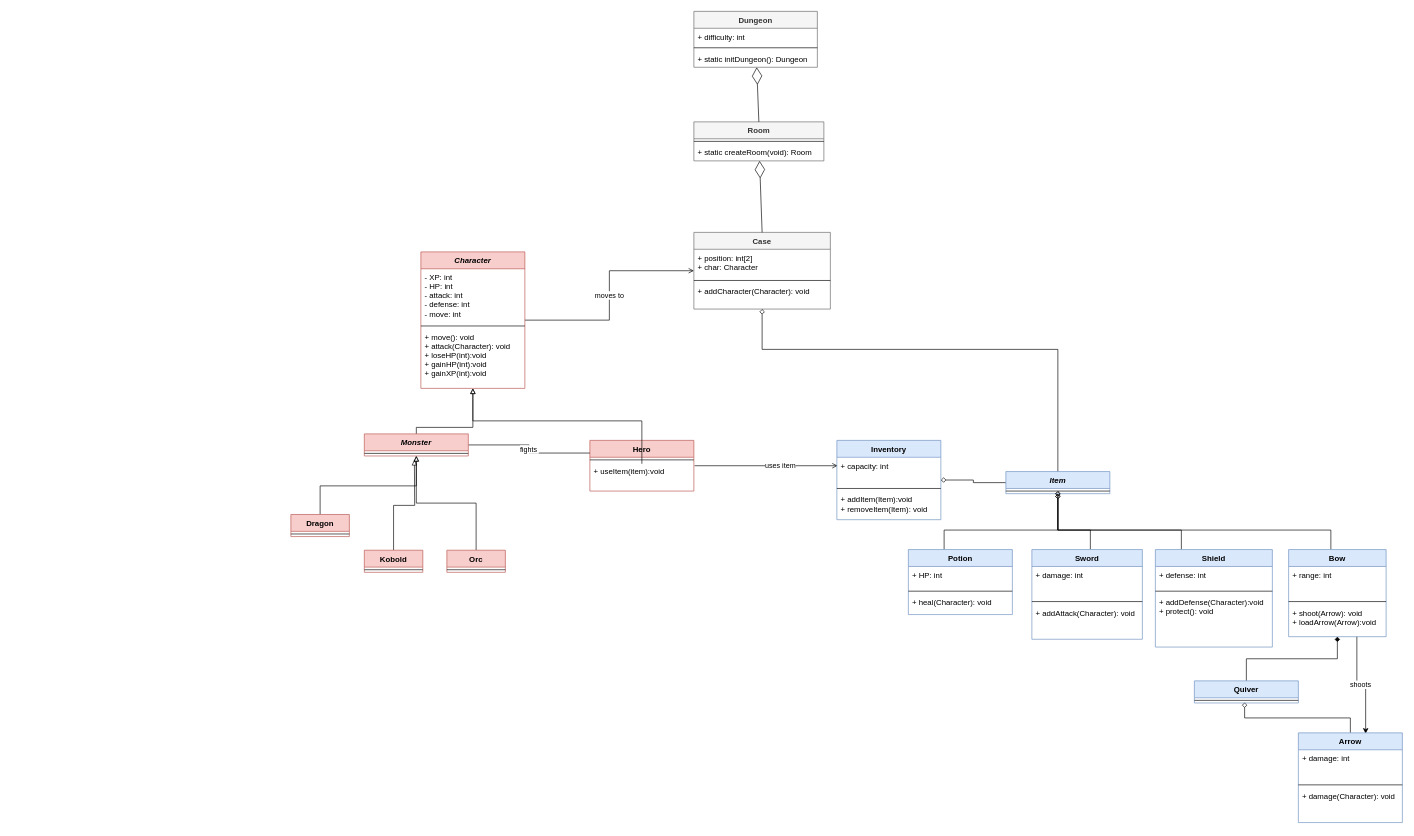
Above: Game class diagram.drawio in mehdimunim/Cachots-et-Cochons (draw.io), before the change. Source tidied: cells renumbered, new cells numbered last; positions are measured from the earlier drawing's top-left corner, leaving out a move shared by most shapes. Both pictures are drawn from the tidied source at 65%, with x=0, y=0 at pixel (291, 11).
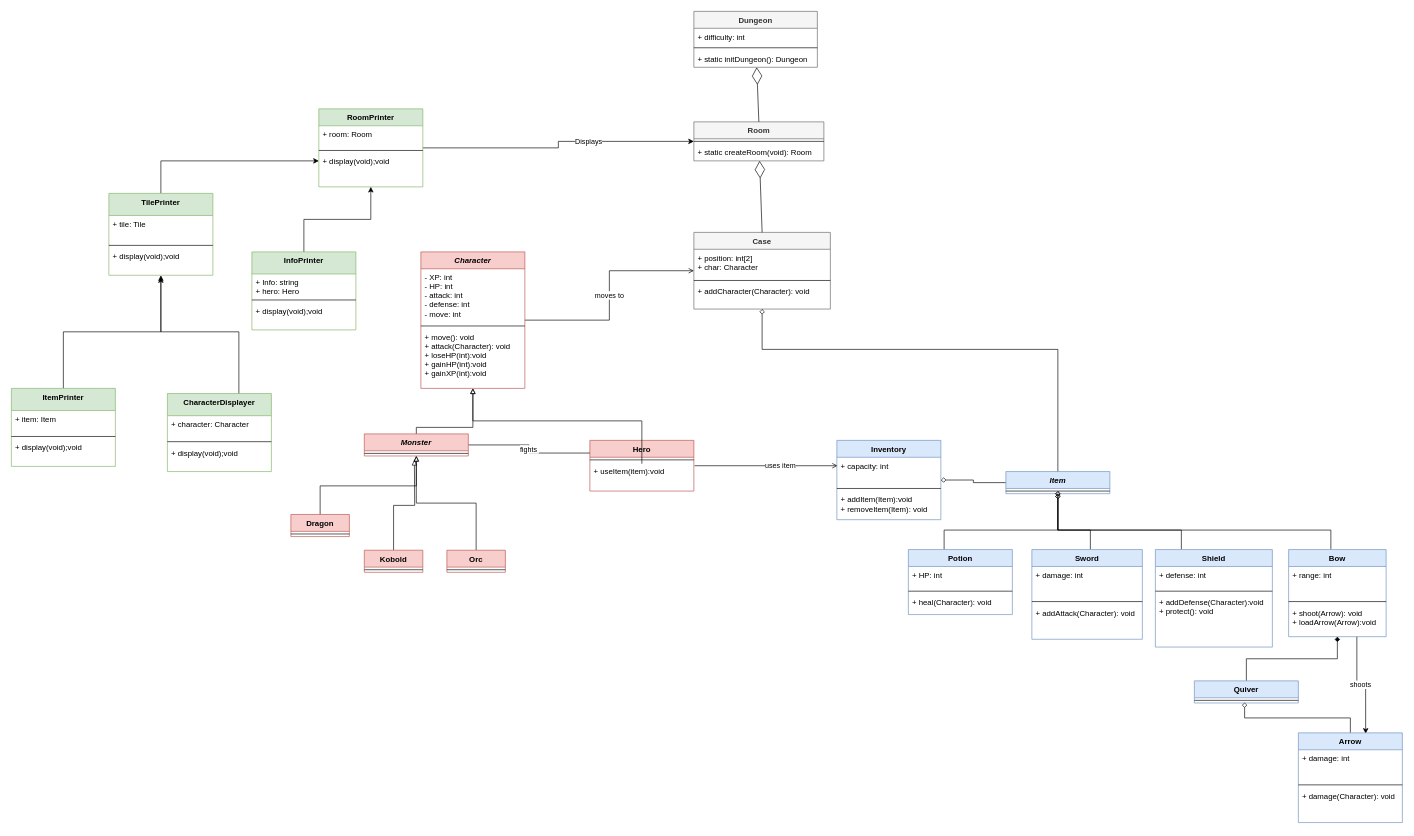
The same page after the edit.

Unchanged cells that the change refers to:
```xml
<mxCell id="6" value="Room" style="swimlane;fontStyle=1;align=center;verticalAlign=top;horizontal=1;startSize=26;fillColor=#f5f5f5;fontColor=#333333;strokeColor=#666666;" parent="1" vertex="1">
  <mxGeometry x="620" y="170" width="200" height="60" as="geometry" />
</mxCell>
```

What changed in the source:
```diff
@@
+    <mxCell id="76" style="edgeStyle=orthogonalEdgeStyle;rounded=0;jettySize=auto;html=1;" parent="1" edge="1" source="78" target="6">
+      <mxGeometry relative="1" as="geometry" />
+    </mxCell>
+    <mxCell id="77" value="Displays" style="edgeLabel;html=1;align=center;verticalAlign=middle;" parent="76" vertex="1">
+      <mxGeometry x="0.24" relative="1" as="geometry">
+        <mxPoint x="-1" as="offset" />
+      </mxGeometry>
+    </mxCell>
+    <mxCell id="78" value="RoomPrinter" style="swimlane;fontStyle=1;align=center;verticalAlign=top;horizontal=1;startSize=26;fillColor=#d5e8d4;strokeColor=#82b366;" parent="1" vertex="1">
+      <mxGeometry x="43" y="150" width="160" height="120" as="geometry" />
+    </mxCell>
+    <mxCell id="79" value="+ room: Room" style="text;strokeColor=none;fillColor=none;align=left;verticalAlign=top;spacingLeft=4;spacingRight=4;overflow=hidden;" parent="78" vertex="1">
+      <mxGeometry y="26" width="160" height="34" as="geometry" />
+    </mxCell>
+    <mxCell id="80" style="line;strokeWidth=1;fillColor=none;align=left;verticalAlign=middle;spacingTop=-1;spacingLeft=3;spacingRight=3;labelPosition=right;" parent="78" vertex="1">
+      <mxGeometry y="60" width="160" height="8" as="geometry" />
+    </mxCell>
+    <mxCell id="81" value="+ display(void);void" style="text;strokeColor=none;fillColor=none;align=left;verticalAlign=top;spacingLeft=4;spacingRight=4;overflow=hidden;" parent="78" vertex="1">
+      <mxGeometry y="68" width="160" height="52" as="geometry" />
+    </mxCell>
+    <mxCell id="82" style="edgeStyle=orthogonalEdgeStyle;rounded=0;jettySize=auto;html=1;" parent="1" edge="1" source="83" target="88">
+      <mxGeometry relative="1" as="geometry" />
+    </mxCell>
+    <mxCell id="83" value="ItemPrinter" style="swimlane;fontStyle=1;align=center;verticalAlign=top;horizontal=1;startSize=34;fillColor=#d5e8d4;strokeColor=#82b366;" parent="1" vertex="1">
+      <mxGeometry x="-430" y="580" width="160" height="120" as="geometry" />
+    </mxCell>
+    <mxCell id="84" value="+ item: Item" style="text;strokeColor=none;fillColor=none;align=left;verticalAlign=top;spacingLeft=4;spacingRight=4;overflow=hidden;" parent="83" vertex="1">
+      <mxGeometry y="34" width="160" height="36" as="geometry" />
+    </mxCell>
+    <mxCell id="85" style="line;strokeWidth=1;fillColor=none;align=left;verticalAlign=middle;spacingTop=-1;spacingLeft=3;spacingRight=3;labelPosition=right;" parent="83" vertex="1">
+      <mxGeometry y="70" width="160" height="8" as="geometry" />
+    </mxCell>
+    <mxCell id="86" value="+ display(void);void" style="text;strokeColor=none;fillColor=none;align=left;verticalAlign=top;spacingLeft=4;spacingRight=4;overflow=hidden;" parent="83" vertex="1">
+      <mxGeometry y="78" width="160" height="42" as="geometry" />
+    </mxCell>
+    <mxCell id="87" style="edgeStyle=orthogonalEdgeStyle;rounded=0;jettySize=auto;html=1;" parent="1" edge="1" source="88" target="78">
+      <mxGeometry relative="1" as="geometry">
+        <Array as="points">
+          <mxPoint x="-200" y="230" />
+        </Array>
+      </mxGeometry>
+    </mxCell>
+    <mxCell id="88" value="TilePrinter" style="swimlane;fontStyle=1;align=center;verticalAlign=top;horizontal=1;startSize=34;fillColor=#d5e8d4;strokeColor=#82b366;" parent="1" vertex="1">
+      <mxGeometry x="-280" y="280" width="160" height="126" as="geometry" />
+    </mxCell>
+    <mxCell id="89" value="+ tile: Tile" style="text;strokeColor=none;fillColor=none;align=left;verticalAlign=top;spacingLeft=4;spacingRight=4;overflow=hidden;" parent="88" vertex="1">
+      <mxGeometry y="34" width="160" height="42" as="geometry" />
+    </mxCell>
+    <mxCell id="90" style="line;strokeWidth=1;fillColor=none;align=left;verticalAlign=middle;spacingTop=-1;spacingLeft=3;spacingRight=3;labelPosition=right;" parent="88" vertex="1">
+      <mxGeometry y="76" width="160" height="8" as="geometry" />
+    </mxCell>
+    <mxCell id="91" value="+ display(void);void" style="text;strokeColor=none;fillColor=none;align=left;verticalAlign=top;spacingLeft=4;spacingRight=4;overflow=hidden;" parent="88" vertex="1">
+      <mxGeometry y="84" width="160" height="42" as="geometry" />
+    </mxCell>
+    <mxCell id="92" style="edgeStyle=orthogonalEdgeStyle;rounded=0;orthogonalLoop=1;jettySize=auto;html=1;" parent="1" edge="1">
+      <mxGeometry relative="1" as="geometry">
+        <mxPoint x="-80" y="591" as="sourcePoint" />
+        <mxPoint x="-200" y="409" as="targetPoint" />
+        <Array as="points">
+          <mxPoint x="-80" y="493" />
+          <mxPoint x="-200" y="493" />
+        </Array>
+      </mxGeometry>
+    </mxCell>
+    <mxCell id="93" value="CharacterDisplayer" style="swimlane;fontStyle=1;align=center;verticalAlign=top;horizontal=1;startSize=34;fillColor=#d5e8d4;strokeColor=#82b366;" parent="1" vertex="1">
+      <mxGeometry x="-190" y="588" width="160" height="120" as="geometry" />
+    </mxCell>
+    <mxCell id="94" value="+ character: Character" style="text;strokeColor=none;fillColor=none;align=left;verticalAlign=top;spacingLeft=4;spacingRight=4;overflow=hidden;" parent="93" vertex="1">
+      <mxGeometry y="34" width="160" height="36" as="geometry" />
+    </mxCell>
+    <mxCell id="95" style="line;strokeWidth=1;fillColor=none;align=left;verticalAlign=middle;spacingTop=-1;spacingLeft=3;spacingRight=3;labelPosition=right;" parent="93" vertex="1">
+      <mxGeometry y="70" width="160" height="8" as="geometry" />
+    </mxCell>
+    <mxCell id="96" value="+ display(void);void" style="text;strokeColor=none;fillColor=none;align=left;verticalAlign=top;spacingLeft=4;spacingRight=4;overflow=hidden;" parent="93" vertex="1">
+      <mxGeometry y="78" width="160" height="42" as="geometry" />
+    </mxCell>
+    <mxCell id="97" style="edgeStyle=orthogonalEdgeStyle;rounded=0;jettySize=auto;html=1;" parent="1" edge="1" source="98" target="78">
+      <mxGeometry relative="1" as="geometry" />
+    </mxCell>
+    <mxCell id="98" value="InfoPrinter" style="swimlane;fontStyle=1;align=center;verticalAlign=top;horizontal=1;startSize=34;fillColor=#d5e8d4;strokeColor=#82b366;" parent="1" vertex="1">
+      <mxGeometry x="-60" y="370" width="160" height="120" as="geometry" />
+    </mxCell>
+    <mxCell id="99" value="+ Info: string&#10;+ hero: Hero" style="text;strokeColor=none;fillColor=none;align=left;verticalAlign=top;spacingLeft=4;spacingRight=4;overflow=hidden;" parent="98" vertex="1">
+      <mxGeometry y="34" width="160" height="36" as="geometry" />
+    </mxCell>
+    <mxCell id="100" style="line;strokeWidth=1;fillColor=none;align=left;verticalAlign=middle;spacingTop=-1;spacingLeft=3;spacingRight=3;labelPosition=right;" parent="98" vertex="1">
+      <mxGeometry y="70" width="160" height="8" as="geometry" />
+    </mxCell>
+    <mxCell id="101" value="+ display(void);void" style="text;strokeColor=none;fillColor=none;align=left;verticalAlign=top;spacingLeft=4;spacingRight=4;overflow=hidden;" parent="98" vertex="1">
+      <mxGeometry y="78" width="160" height="42" as="geometry" />
+    </mxCell>
```
